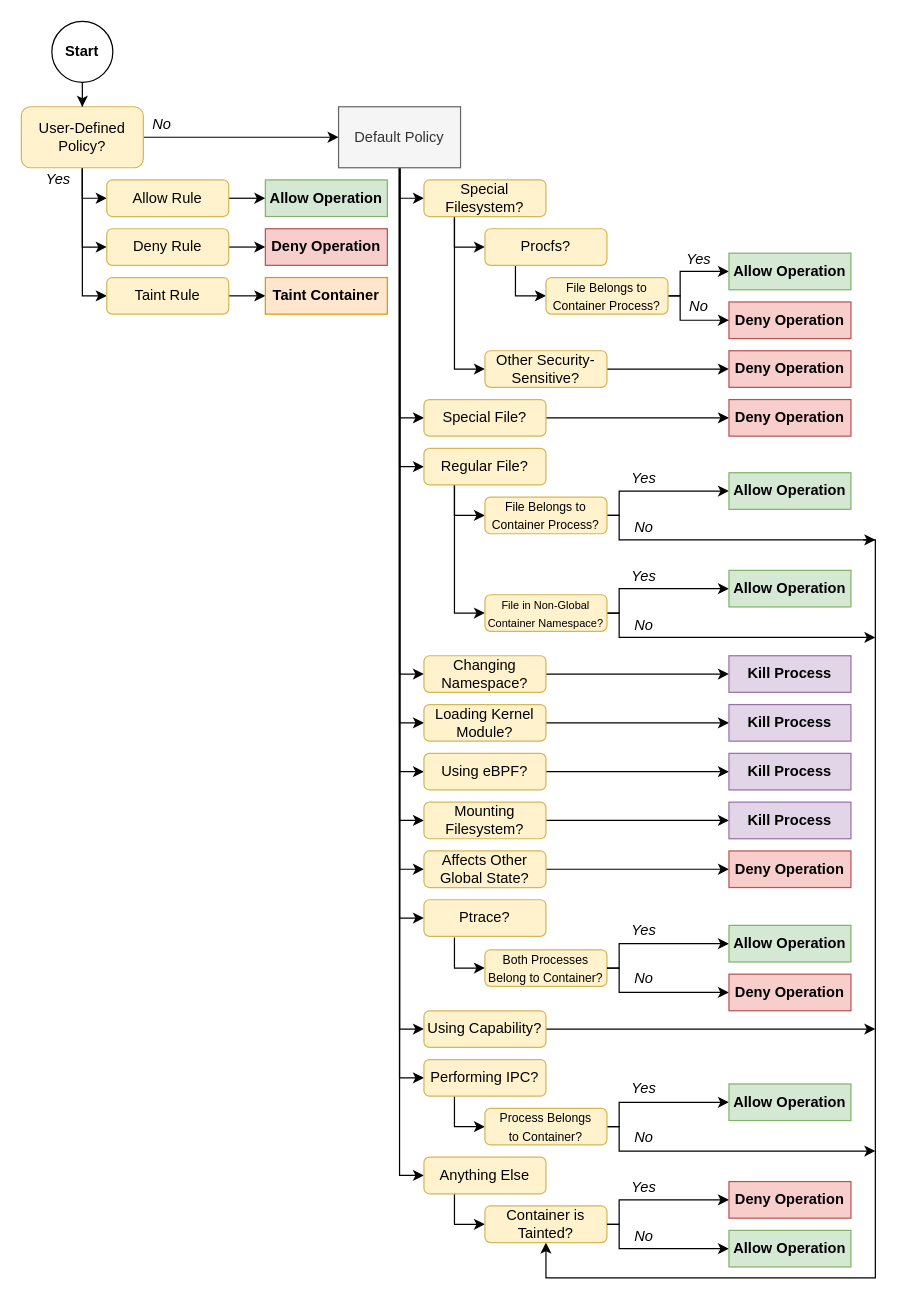
Earlier version of the draw.io diagram thesis/figs/bpfcontain/drawio/enforcement.drawio (willfindlay/masters-thesis). Source tidied: cells renumbered, new cells numbered last; positions are measured from the earlier drawing's top-left corner, leaving out a move shared by most shapes. Both pictures are drawn from the tidied source at 122%, with x=0, y=0 at pixel (21, 21).
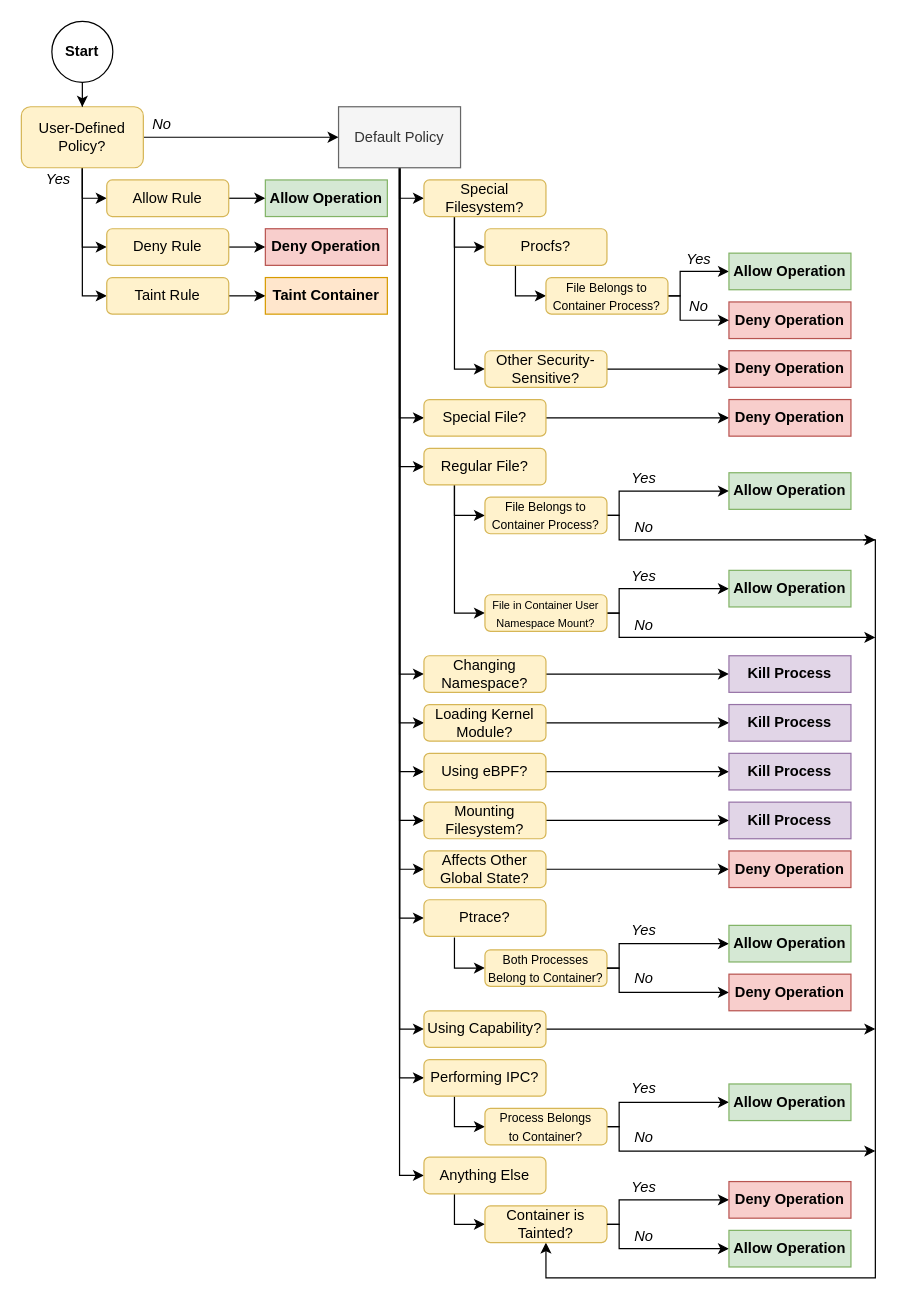
After the change.

Diff of the diagram source:
```diff
@@
-    <mxCell id="87" value="&lt;font style=&quot;font-size: 9px&quot;&gt;File in Non-Global Container Namespace?&lt;/font&gt;" style="rounded=1;whiteSpace=wrap;html=1;fillColor=#fff2cc;strokeColor=#d6b656;" parent="1" vertex="1">
+    <mxCell id="87" value="&lt;font style=&quot;font-size: 9px&quot;&gt;File in Container User Namespace Mount?&lt;/font&gt;" style="rounded=1;whiteSpace=wrap;html=1;fillColor=#fff2cc;strokeColor=#d6b656;" parent="1" vertex="1">
       <mxGeometry x="380" y="470" width="100" height="30" as="geometry" />
     </mxCell>
```
